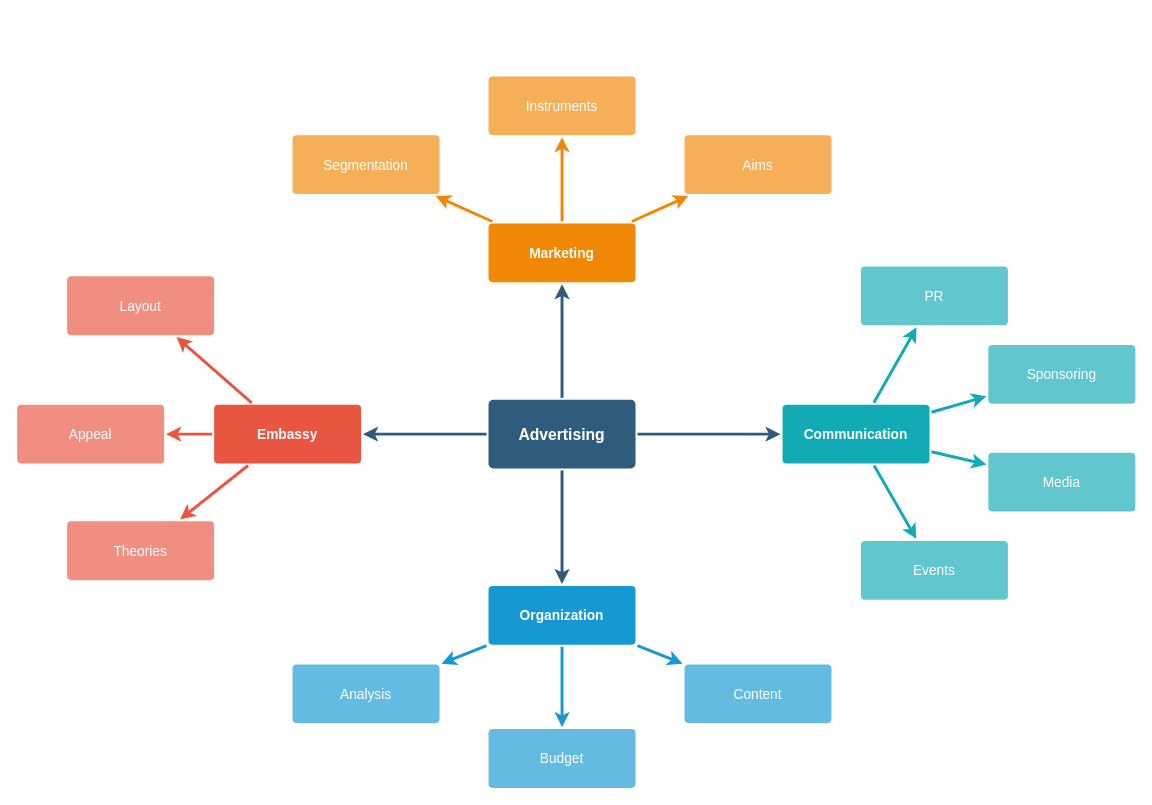
ssider/draw keeps this draw.io diagram as short.drawio. Above is the earlier version. Source tidied: cells renumbered, new cells numbered last; positions are measured from the earlier drawing's top-left corner, leaving out a move shared by most shapes. Both pictures are drawn from the tidied source at 98%, with x=0, y=0 at pixel (17, 75). Pictures stored in the file or linked from it are replaced by grey dashed boxes.
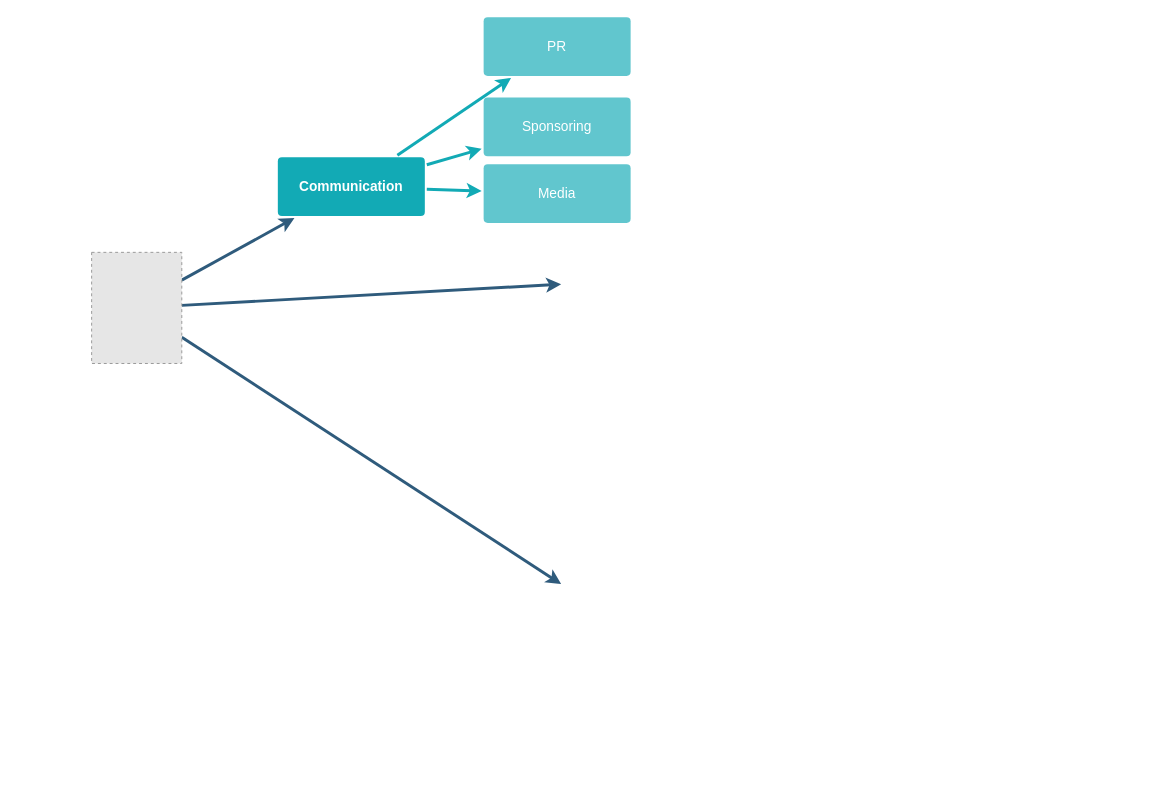
The same page after the edit.

The edit, as a diff of the source:
```diff
@@
-    <mxCell id="2" style="edgeStyle=none;rounded=0;jumpStyle=none;html=1;shadow=0;labelBackgroundColor=none;startArrow=none;startFill=0;endArrow=classic;endFill=1;jettySize=auto;strokeColor=#2F5B7C;strokeWidth=3;fontFamily=Helvetica;fontSize=16;fontColor=#23445D;spacing=5;" parent="1" edge="1" source="6" target="21">
-      <mxGeometry relative="1" as="geometry" />
+    <mxCell id="2" style="edgeStyle=none;rounded=0;jumpStyle=none;html=1;shadow=0;labelBackgroundColor=none;startArrow=none;startFill=0;endArrow=classic;endFill=1;jettySize=auto;strokeColor=#2F5B7C;strokeWidth=3;fontFamily=Helvetica;fontSize=16;fontColor=#23445D;spacing=5;" parent="1" edge="1" source="37">
+      <mxGeometry relative="1" as="geometry">
+        <mxPoint x="555.1" y="212.5" as="targetPoint" />
+      </mxGeometry>
     </mxCell>
-    <mxCell id="3" style="edgeStyle=none;rounded=0;jumpStyle=none;html=1;shadow=0;labelBackgroundColor=none;startArrow=none;startFill=0;endArrow=classic;endFill=1;jettySize=auto;strokeColor=#2F5B7C;strokeWidth=3;fontFamily=Helvetica;fontSize=16;fontColor=#23445D;spacing=5;" parent="1" edge="1" source="6" target="28">
+    <mxCell id="3" style="edgeStyle=none;rounded=0;jumpStyle=none;html=1;shadow=0;labelBackgroundColor=none;startArrow=none;startFill=0;endArrow=classic;endFill=1;jettySize=auto;strokeColor=#2F5B7C;strokeWidth=3;fontFamily=Helvetica;fontSize=16;fontColor=#23445D;spacing=5;exitX=1;exitY=0.25;exitDx=0;exitDy=0;" parent="1" edge="1" source="37" target="28">
       <mxGeometry relative="1" as="geometry" />
     </mxCell>
-    <mxCell id="4" style="edgeStyle=none;rounded=0;jumpStyle=none;html=1;shadow=0;labelBackgroundColor=none;startArrow=none;startFill=0;endArrow=classic;endFill=1;jettySize=auto;strokeColor=#2F5B7C;strokeWidth=3;fontFamily=Helvetica;fontSize=16;fontColor=#23445D;spacing=5;" parent="1" edge="1" source="6" target="17">
-      <mxGeometry relative="1" as="geometry" />
+    <mxCell id="4" style="edgeStyle=none;rounded=0;jumpStyle=none;html=1;shadow=0;labelBackgroundColor=none;startArrow=none;startFill=0;endArrow=classic;endFill=1;jettySize=auto;strokeColor=#2F5B7C;strokeWidth=3;fontFamily=Helvetica;fontSize=16;fontColor=#23445D;spacing=5;" parent="1" edge="1" source="37">
+      <mxGeometry relative="1" as="geometry">
+        <mxPoint x="555.1" y="518.5" as="targetPoint" />
+      </mxGeometry>
     </mxCell>
-    <mxCell id="5" style="edgeStyle=none;rounded=0;jumpStyle=none;html=1;shadow=0;labelBackgroundColor=none;startArrow=none;startFill=0;endArrow=classic;endFill=1;jettySize=auto;strokeColor=#2F5B7C;strokeWidth=3;fontFamily=Helvetica;fontSize=16;fontColor=#23445D;spacing=5;" parent="1" edge="1" source="6" target="10">
-      <mxGeometry relative="1" as="geometry" />
-    </mxCell>
-    <mxCell id="6" value="Advertising" style="rounded=1;whiteSpace=wrap;html=1;shadow=0;labelBackgroundColor=none;strokeColor=none;strokeWidth=3;fillColor=#2F5B7C;fontFamily=Helvetica;fontSize=16;fontColor=#FFFFFF;align=center;fontStyle=1;spacing=5;arcSize=7;perimeterSpacing=2;" parent="1" vertex="1">
-      <mxGeometry x="481" y="330.5" width="150" height="70" as="geometry" />
-    </mxCell>
-    <mxCell id="7" style="edgeStyle=none;rounded=1;jumpStyle=none;html=1;shadow=0;labelBackgroundColor=none;startArrow=none;startFill=0;jettySize=auto;strokeColor=#E85642;strokeWidth=3;fontFamily=Helvetica;fontSize=14;fontColor=#FFFFFF;spacing=5;fontStyle=1;fillColor=#b0e3e6;" parent="1" edge="1" source="10" target="13">
-      <mxGeometry relative="1" as="geometry" />
-    </mxCell>
-    <mxCell id="8" style="edgeStyle=none;rounded=1;jumpStyle=none;html=1;shadow=0;labelBackgroundColor=none;startArrow=none;startFill=0;jettySize=auto;strokeColor=#E85642;strokeWidth=3;fontFamily=Helvetica;fontSize=14;fontColor=#FFFFFF;spacing=5;fontStyle=1;fillColor=#b0e3e6;" parent="1" edge="1" source="10" target="12">
-      <mxGeometry relative="1" as="geometry" />
-    </mxCell>
-    <mxCell id="9" style="edgeStyle=none;rounded=1;jumpStyle=none;html=1;shadow=0;labelBackgroundColor=none;startArrow=none;startFill=0;jettySize=auto;strokeColor=#E85642;strokeWidth=3;fontFamily=Helvetica;fontSize=14;fontColor=#FFFFFF;spacing=5;fontStyle=1;fillColor=#b0e3e6;" parent="1" edge="1" source="10" target="11">
-      <mxGeometry relative="1" as="geometry" />
-    </mxCell>
-    <mxCell id="10" value="Embassy" style="rounded=1;whiteSpace=wrap;html=1;shadow=0;labelBackgroundColor=none;strokeColor=none;strokeWidth=3;fillColor=#e85642;fontFamily=Helvetica;fontSize=14;fontColor=#FFFFFF;align=center;spacing=5;fontStyle=1;arcSize=7;perimeterSpacing=2;" parent="1" vertex="1">
-      <mxGeometry x="201" y="335.5" width="150" height="60" as="geometry" />
-    </mxCell>
-    <mxCell id="11" value="Theories" style="rounded=1;whiteSpace=wrap;html=1;shadow=0;labelBackgroundColor=none;strokeColor=none;strokeWidth=3;fillColor=#f08e81;fontFamily=Helvetica;fontSize=14;fontColor=#FFFFFF;align=center;spacing=5;fontStyle=0;arcSize=7;perimeterSpacing=2;" parent="1" vertex="1">
-      <mxGeometry x="51" y="454.5" width="150" height="60" as="geometry" />
-    </mxCell>
-    <mxCell id="12" value="Appeal" style="rounded=1;whiteSpace=wrap;html=1;shadow=0;labelBackgroundColor=none;strokeColor=none;strokeWidth=3;fillColor=#f08e81;fontFamily=Helvetica;fontSize=14;fontColor=#FFFFFF;align=center;spacing=5;fontStyle=0;arcSize=7;perimeterSpacing=2;" parent="1" vertex="1">
-      <mxGeometry y="335.5" width="150" height="60" as="geometry" />
-    </mxCell>
-    <mxCell id="13" value="Layout" style="rounded=1;whiteSpace=wrap;html=1;shadow=0;labelBackgroundColor=none;strokeColor=none;strokeWidth=3;fillColor=#f08e81;fontFamily=Helvetica;fontSize=14;fontColor=#FFFFFF;align=center;spacing=5;fontStyle=0;arcSize=7;perimeterSpacing=2;" parent="1" vertex="1">
-      <mxGeometry x="51" y="204.5" width="150" height="60" as="geometry" />
-    </mxCell>
-    <mxCell id="14" style="edgeStyle=none;rounded=0;jumpStyle=none;html=1;shadow=0;labelBackgroundColor=none;startArrow=none;startFill=0;endArrow=classic;endFill=1;jettySize=auto;strokeColor=#1699D3;strokeWidth=3;fontFamily=Helvetica;fontSize=14;fontColor=#FFFFFF;spacing=5;" parent="1" edge="1" source="17" target="20">
-      <mxGeometry relative="1" as="geometry" />
-    </mxCell>
-    <mxCell id="15" style="edgeStyle=none;rounded=0;jumpStyle=none;html=1;shadow=0;labelBackgroundColor=none;startArrow=none;startFill=0;endArrow=classic;endFill=1;jettySize=auto;strokeColor=#1699D3;strokeWidth=3;fontFamily=Helvetica;fontSize=14;fontColor=#FFFFFF;spacing=5;" parent="1" edge="1" source="17" target="19">
-      <mxGeometry relative="1" as="geometry" />
-    </mxCell>
-    <mxCell id="16" style="edgeStyle=none;rounded=0;jumpStyle=none;html=1;shadow=0;labelBackgroundColor=none;startArrow=none;startFill=0;endArrow=classic;endFill=1;jettySize=auto;strokeColor=#1699D3;strokeWidth=3;fontFamily=Helvetica;fontSize=14;fontColor=#FFFFFF;spacing=5;" parent="1" edge="1" source="17" target="18">
-      <mxGeometry relative="1" as="geometry" />
-    </mxCell>
-    <mxCell id="17" value="Organization" style="rounded=1;whiteSpace=wrap;html=1;shadow=0;labelBackgroundColor=none;strokeColor=none;strokeWidth=3;fillColor=#1699d3;fontFamily=Helvetica;fontSize=14;fontColor=#FFFFFF;align=center;spacing=5;fontStyle=1;arcSize=7;perimeterSpacing=2;" parent="1" vertex="1">
-      <mxGeometry x="481" y="520.5" width="150" height="60" as="geometry" />
-    </mxCell>
-    <mxCell id="18" value="Content" style="rounded=1;whiteSpace=wrap;html=1;shadow=0;labelBackgroundColor=none;strokeColor=none;strokeWidth=3;fillColor=#64bbe2;fontFamily=Helvetica;fontSize=14;fontColor=#FFFFFF;align=center;spacing=5;arcSize=7;perimeterSpacing=2;" parent="1" vertex="1">
-      <mxGeometry x="681" y="600.5" width="150" height="60" as="geometry" />
-    </mxCell>
-    <mxCell id="19" value="Budget" style="rounded=1;whiteSpace=wrap;html=1;shadow=0;labelBackgroundColor=none;strokeColor=none;strokeWidth=3;fillColor=#64bbe2;fontFamily=Helvetica;fontSize=14;fontColor=#FFFFFF;align=center;spacing=5;arcSize=7;perimeterSpacing=2;" parent="1" vertex="1">
-      <mxGeometry x="481" y="666.5" width="150" height="60" as="geometry" />
-    </mxCell>
-    <mxCell id="20" value="Analysis" style="rounded=1;whiteSpace=wrap;html=1;shadow=0;labelBackgroundColor=none;strokeColor=none;strokeWidth=3;fillColor=#64bbe2;fontFamily=Helvetica;fontSize=14;fontColor=#FFFFFF;align=center;spacing=5;arcSize=7;perimeterSpacing=2;" parent="1" vertex="1">
-      <mxGeometry x="281" y="600.5" width="150" height="60" as="geometry" />
-    </mxCell>
-    <mxCell id="21" value="Marketing" style="rounded=1;whiteSpace=wrap;html=1;shadow=0;labelBackgroundColor=none;strokeColor=none;strokeWidth=3;fillColor=#F08705;fontFamily=Helvetica;fontSize=14;fontColor=#FFFFFF;align=center;spacing=5;fontStyle=1;arcSize=7;perimeterSpacing=2;" parent="1" vertex="1">
-      <mxGeometry x="481" y="150.5" width="150" height="60" as="geometry" />
-    </mxCell>
-    <mxCell id="22" value="Aims&lt;br&gt;" style="rounded=1;whiteSpace=wrap;html=1;shadow=0;labelBackgroundColor=none;strokeColor=none;strokeWidth=3;fillColor=#f5af58;fontFamily=Helvetica;fontSize=14;fontColor=#FFFFFF;align=center;spacing=5;arcSize=7;perimeterSpacing=2;" parent="1" vertex="1">
-      <mxGeometry x="681" y="60.5" width="150" height="60" as="geometry" />
-    </mxCell>
-    <mxCell id="23" style="edgeStyle=none;rounded=0;jumpStyle=none;html=1;shadow=0;labelBackgroundColor=none;startArrow=none;startFill=0;endArrow=classic;endFill=1;jettySize=auto;strokeColor=#F08705;strokeWidth=3;fontFamily=Helvetica;fontSize=14;fontColor=#FFFFFF;spacing=5;" parent="1" edge="1" source="21" target="22">
-      <mxGeometry relative="1" as="geometry" />
-    </mxCell>
-    <mxCell id="24" value="Instruments" style="rounded=1;whiteSpace=wrap;html=1;shadow=0;labelBackgroundColor=none;strokeColor=none;strokeWidth=3;fillColor=#f5af58;fontFamily=Helvetica;fontSize=14;fontColor=#FFFFFF;align=center;spacing=5;arcSize=7;perimeterSpacing=2;" parent="1" vertex="1">
-      <mxGeometry x="481" y="0.5" width="150" height="60" as="geometry" />
-    </mxCell>
-    <mxCell id="25" style="edgeStyle=none;rounded=0;jumpStyle=none;html=1;shadow=0;labelBackgroundColor=none;startArrow=none;startFill=0;endArrow=classic;endFill=1;jettySize=auto;strokeColor=#F08705;strokeWidth=3;fontFamily=Helvetica;fontSize=14;fontColor=#FFFFFF;spacing=5;" parent="1" edge="1" source="21" target="24">
-      <mxGeometry relative="1" as="geometry" />
-    </mxCell>
-    <mxCell id="26" value="Segmentation" style="rounded=1;whiteSpace=wrap;html=1;shadow=0;labelBackgroundColor=none;strokeColor=none;strokeWidth=3;fillColor=#f5af58;fontFamily=Helvetica;fontSize=14;fontColor=#FFFFFF;align=center;spacing=5;arcSize=7;perimeterSpacing=2;" parent="1" vertex="1">
-      <mxGeometry x="281" y="60.5" width="150" height="60" as="geometry" />
-    </mxCell>
-    <mxCell id="27" style="edgeStyle=none;rounded=0;jumpStyle=none;html=1;shadow=0;labelBackgroundColor=none;startArrow=none;startFill=0;endArrow=classic;endFill=1;jettySize=auto;strokeColor=#F08705;strokeWidth=3;fontFamily=Helvetica;fontSize=14;fontColor=#FFFFFF;spacing=5;" parent="1" edge="1" source="21" target="26">
-      <mxGeometry relative="1" as="geometry" />
-    </mxCell>
     <mxCell id="28" value="Communication" style="rounded=1;whiteSpace=wrap;html=1;shadow=0;labelBackgroundColor=none;strokeColor=none;strokeWidth=3;fillColor=#12aab5;fontFamily=Helvetica;fontSize=14;fontColor=#FFFFFF;align=center;spacing=5;fontStyle=1;arcSize=7;perimeterSpacing=2;" parent="1" vertex="1">
-      <mxGeometry x="781" y="335.5" width="150" height="60" as="geometry" />
+      <mxGeometry x="266" y="83" width="150" height="60" as="geometry" />
     </mxCell>
-    <mxCell id="29" value="Events" style="rounded=1;whiteSpace=wrap;html=1;shadow=0;labelBackgroundColor=none;strokeColor=none;strokeWidth=3;fillColor=#61c6ce;fontFamily=Helvetica;fontSize=14;fontColor=#FFFFFF;align=center;spacing=5;fontStyle=0;arcSize=7;perimeterSpacing=2;" parent="1" vertex="1">
-      <mxGeometry x="861" y="474.5" width="150" height="60" as="geometry" />
-    </mxCell>
-    <mxCell id="30" style="edgeStyle=none;rounded=1;jumpStyle=none;html=1;shadow=0;labelBackgroundColor=none;startArrow=none;startFill=0;jettySize=auto;strokeColor=#12AAB5;strokeWidth=3;fontFamily=Helvetica;fontSize=14;fontColor=#FFFFFF;spacing=5;fontStyle=1;fillColor=#b0e3e6;" parent="1" edge="1" source="28" target="29">
-      <mxGeometry relative="1" as="geometry" />
-    </mxCell>
     <mxCell id="31" value="Media" style="rounded=1;whiteSpace=wrap;html=1;shadow=0;labelBackgroundColor=none;strokeColor=none;strokeWidth=3;fillColor=#61c6ce;fontFamily=Helvetica;fontSize=14;fontColor=#FFFFFF;align=center;spacing=5;fontStyle=0;arcSize=7;perimeterSpacing=2;" parent="1" vertex="1">
-      <mxGeometry x="991" y="384.5" width="150" height="60" as="geometry" />
+      <mxGeometry x="476" y="90" width="150" height="60" as="geometry" />
     </mxCell>
@@
     <mxCell id="33" value="Sponsoring" style="rounded=1;whiteSpace=wrap;html=1;shadow=0;labelBackgroundColor=none;strokeColor=none;strokeWidth=3;fillColor=#61c6ce;fontFamily=Helvetica;fontSize=14;fontColor=#FFFFFF;align=center;spacing=5;fontStyle=0;arcSize=7;perimeterSpacing=2;" parent="1" vertex="1">
-      <mxGeometry x="991" y="274.5" width="150" height="60" as="geometry" />
+      <mxGeometry x="476" y="22" width="150" height="60" as="geometry" />
     </mxCell>
@@
     <mxCell id="35" value="PR" style="rounded=1;whiteSpace=wrap;html=1;shadow=0;labelBackgroundColor=none;strokeColor=none;strokeWidth=3;fillColor=#61c6ce;fontFamily=Helvetica;fontSize=14;fontColor=#FFFFFF;align=center;spacing=5;fontStyle=0;arcSize=7;perimeterSpacing=2;" parent="1" vertex="1">
-      <mxGeometry x="861" y="194.5" width="150" height="60" as="geometry" />
+      <mxGeometry x="476" y="-60" width="150" height="60" as="geometry" />
     </mxCell>
@@
+    <mxCell id="37" style="fillColor=#E6E6E6;strokeColor=#999999;dashed=1;verticalLabelPosition=bottom;labelBackgroundColor=default;verticalAlign=top;" parent="1" vertex="1">
+      <mxGeometry x="76" y="180" width="92" height="113.4" as="geometry" />
+    </mxCell>
```
